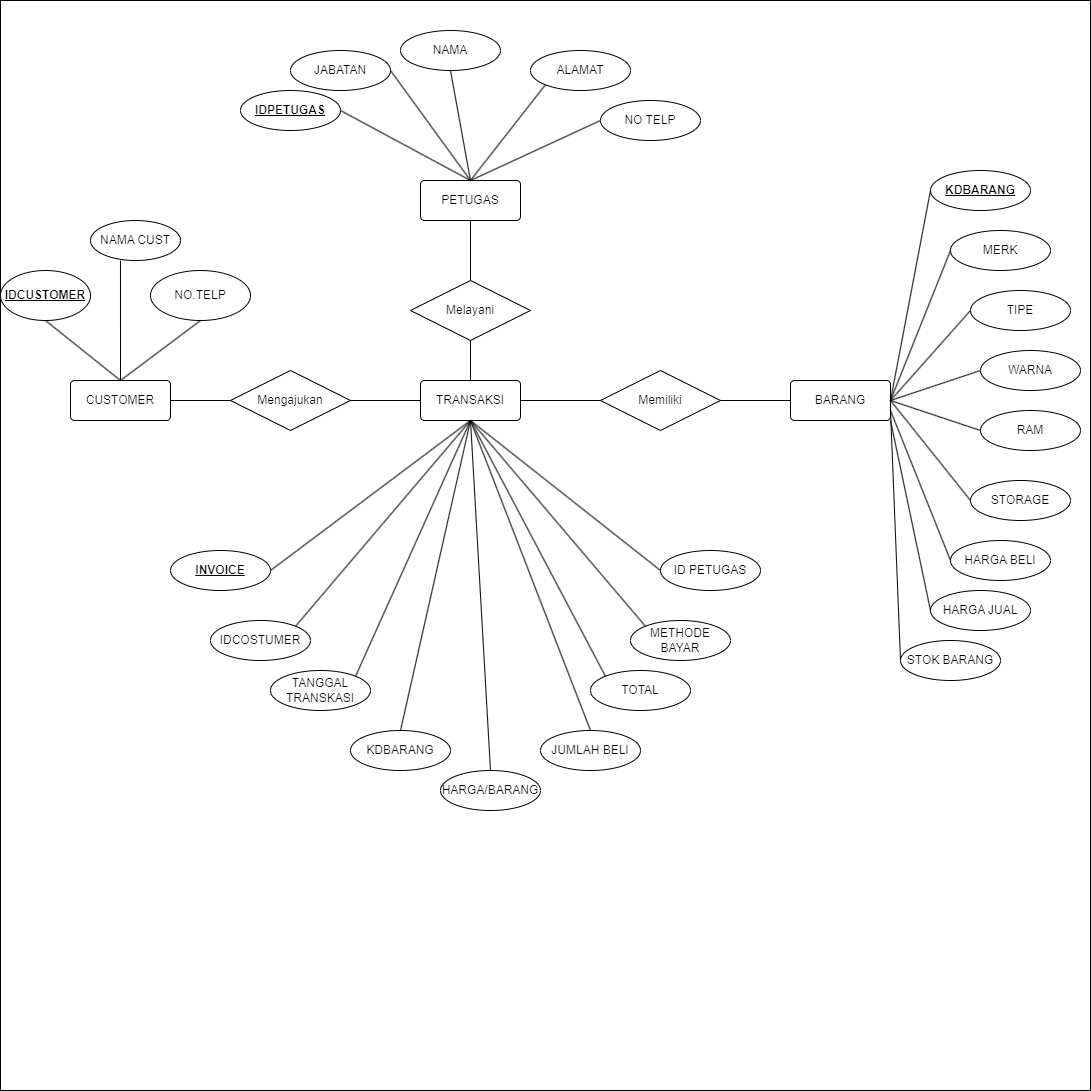
The draw.io diagram ERD.drawio.png in MountZ1/PR_PenjualanHandPhone_ArdiSaputraTIP-21.2, before a commit. Source tidied: cells renumbered, new cells last; positions are measured from the earlier drawing's top-left corner, leaving out a move shared by most shapes.
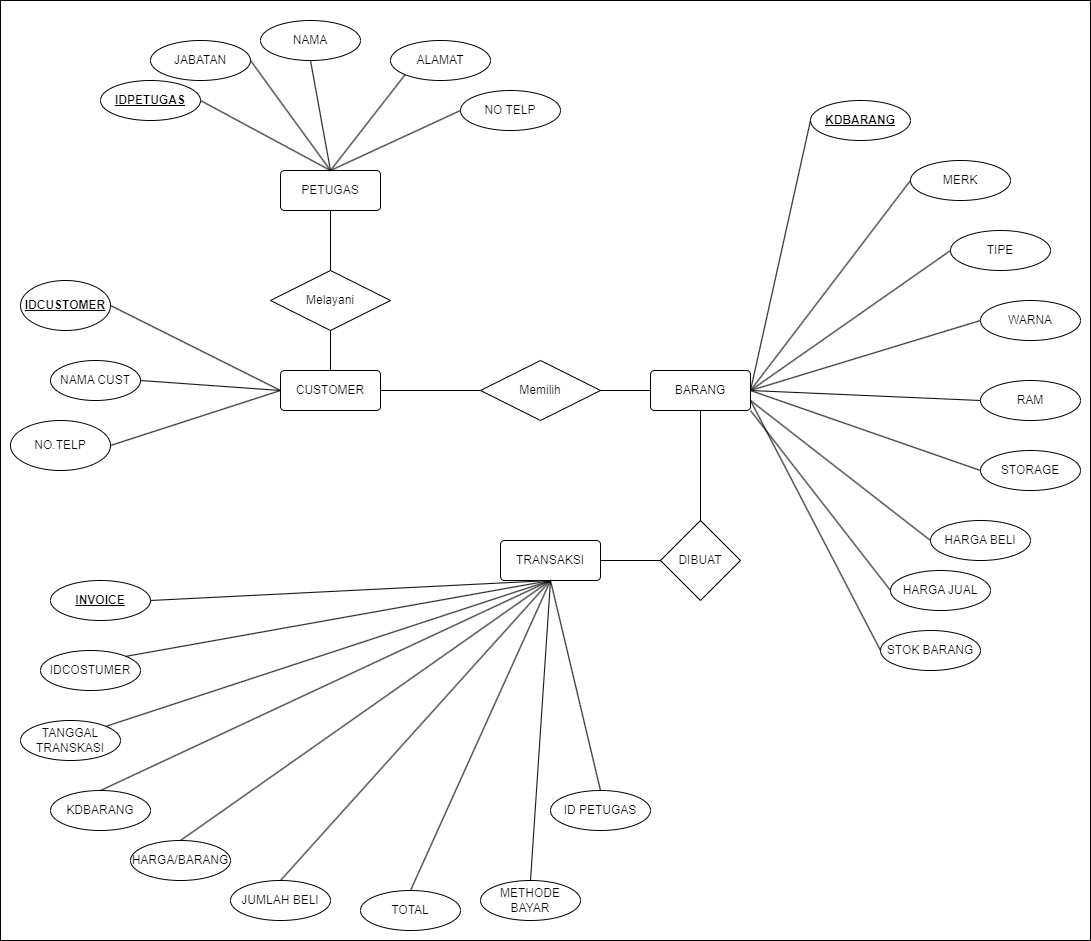
The same diagram one commit later.

Diff of the diagram source:
```diff
@@ -3,13 +3,13 @@
     <mxCell id="0" />
     <mxCell id="1" parent="0" />
     <mxCell id="2" style="whiteSpace=wrap;html=1;" parent="1" vertex="1">
-      <mxGeometry width="1090" height="1090" as="geometry" />
+      <mxGeometry x="140" y="10" width="1090" height="940" as="geometry" />
     </mxCell>
     <mxCell id="3" value="CUSTOMER" style="rounded=1;arcSize=10;whiteSpace=wrap;html=1;align=center;" parent="1" vertex="1">
-      <mxGeometry x="70" y="380" width="100" height="40" as="geometry" />
+      <mxGeometry x="420" y="380" width="100" height="40" as="geometry" />
     </mxCell>
     <mxCell id="4" value="TRANSAKSI" style="rounded=1;arcSize=10;whiteSpace=wrap;html=1;align=center;" parent="1" vertex="1">
-      <mxGeometry x="420" y="380" width="100" height="40" as="geometry" />
+      <mxGeometry x="640" y="550" width="100" height="40" as="geometry" />
     </mxCell>
     <mxCell id="5" value="PETUGAS" style="rounded=1;arcSize=10;whiteSpace=wrap;html=1;align=center;" parent="1" vertex="1">
       <mxGeometry x="420" y="180" width="100" height="40" as="geometry" />
@@ -17,36 +17,24 @@
     <mxCell id="6" value="BARANG" style="rounded=1;arcSize=10;whiteSpace=wrap;html=1;align=center;" parent="1" vertex="1">
       <mxGeometry x="790" y="380" width="100" height="40" as="geometry" />
     </mxCell>
-    <mxCell id="7" value="Mengajukan" style="shape=rhombus;perimeter=rhombusPerimeter;whiteSpace=wrap;html=1;align=center;" parent="1" vertex="1">
-      <mxGeometry x="230" y="370" width="120" height="60" as="geometry" />
-    </mxCell>
     <mxCell id="8" value="Melayani" style="shape=rhombus;perimeter=rhombusPerimeter;whiteSpace=wrap;html=1;align=center;" parent="1" vertex="1">
       <mxGeometry x="410" y="280" width="120" height="60" as="geometry" />
     </mxCell>
-    <mxCell id="9" value="Memiliki" style="shape=rhombus;perimeter=rhombusPerimeter;whiteSpace=wrap;html=1;align=center;" parent="1" vertex="1">
-      <mxGeometry x="600" y="370" width="120" height="60" as="geometry" />
+    <mxCell id="9" value="Memilih" style="shape=rhombus;perimeter=rhombusPerimeter;whiteSpace=wrap;html=1;align=center;" parent="1" vertex="1">
+      <mxGeometry x="620" y="370" width="120" height="60" as="geometry" />
     </mxCell>
     <mxCell id="10" value="&lt;b&gt;IDCUSTOMER&lt;/b&gt;" style="ellipse;whiteSpace=wrap;html=1;align=center;fontStyle=4;" parent="1" vertex="1">
-      <mxGeometry y="270" width="90" height="50" as="geometry" />
+      <mxGeometry x="160" y="290" width="90" height="50" as="geometry" />
     </mxCell>
     <mxCell id="11" value="NAMA CUST" style="ellipse;whiteSpace=wrap;html=1;align=center;" parent="1" vertex="1">
-      <mxGeometry x="90" y="220" width="90" height="40" as="geometry" />
+      <mxGeometry x="190" y="370" width="90" height="40" as="geometry" />
     </mxCell>
     <mxCell id="12" value="NO.TELP" style="ellipse;whiteSpace=wrap;html=1;align=center;" parent="1" vertex="1">
-      <mxGeometry x="150" y="270" width="100" height="50" as="geometry" />
+      <mxGeometry x="150" y="430" width="100" height="50" as="geometry" />
     </mxCell>
     <mxCell id="13" value="&lt;b&gt;IDPETUGAS&lt;/b&gt;" style="ellipse;whiteSpace=wrap;html=1;align=center;fontStyle=4;" parent="1" vertex="1">
       <mxGeometry x="240" y="90" width="100" height="40" as="geometry" />
     </mxCell>
-    <mxCell id="14" style="endArrow=none;html=1;rounded=0;entryX=0.333;entryY=1;entryDx=0;entryDy=0;entryPerimeter=0;exitX=0.5;exitY=0;exitDx=0;exitDy=0;" parent="1" edge="1" source="3" target="11">
-      <mxGeometry relative="1" as="geometry" />
-    </mxCell>
-    <mxCell id="15" style="endArrow=none;html=1;rounded=0;entryX=0.5;entryY=1;entryDx=0;entryDy=0;exitX=0.5;exitY=0;exitDx=0;exitDy=0;" parent="1" edge="1" source="3" target="12">
-      <mxGeometry relative="1" as="geometry" />
-    </mxCell>
-    <mxCell id="16" style="endArrow=none;html=1;rounded=0;exitX=0.5;exitY=1;exitDx=0;exitDy=0;entryX=0.5;entryY=0;entryDx=0;entryDy=0;" parent="1" edge="1" source="10" target="3">
-      <mxGeometry relative="1" as="geometry" />
-    </mxCell>
     <mxCell id="17" value="NAMA" style="ellipse;whiteSpace=wrap;html=1;align=center;" parent="1" vertex="1">
       <mxGeometry x="400" y="30" width="100" height="40" as="geometry" />
     </mxCell>
@@ -76,49 +64,40 @@
     <mxCell id="25" style="endArrow=none;html=1;rounded=0;entryX=0;entryY=0.5;entryDx=0;entryDy=0;exitX=0.5;exitY=0;exitDx=0;exitDy=0;" parent="1" edge="1" source="5" target="19">
       <mxGeometry relative="1" as="geometry" />
     </mxCell>
-    <mxCell id="26" style="endArrow=none;html=1;rounded=0;exitX=1;exitY=0.5;exitDx=0;exitDy=0;entryX=0;entryY=0.5;entryDx=0;entryDy=0;" parent="1" edge="1" source="3" target="7">
-      <mxGeometry relative="1" as="geometry" />
-    </mxCell>
-    <mxCell id="27" style="endArrow=none;html=1;rounded=0;exitX=1;exitY=0.5;exitDx=0;exitDy=0;entryX=0;entryY=0.5;entryDx=0;entryDy=0;" parent="1" edge="1" source="7" target="4">
-      <mxGeometry relative="1" as="geometry" />
-    </mxCell>
     <mxCell id="28" style="endArrow=none;html=1;rounded=0;entryX=0.5;entryY=1;entryDx=0;entryDy=0;exitX=0.5;exitY=0;exitDx=0;exitDy=0;" parent="1" edge="1" source="8" target="5">
       <mxGeometry relative="1" as="geometry" />
     </mxCell>
-    <mxCell id="29" style="endArrow=none;html=1;rounded=0;entryX=0.5;entryY=1;entryDx=0;entryDy=0;exitX=0.5;exitY=0;exitDx=0;exitDy=0;" parent="1" edge="1" source="4" target="8">
-      <mxGeometry relative="1" as="geometry" />
-    </mxCell>
     <mxCell id="30" style="endArrow=none;html=1;rounded=0;exitX=1;exitY=0.5;exitDx=0;exitDy=0;" parent="1" edge="1" source="9">
       <mxGeometry relative="1" as="geometry">
         <mxPoint x="790" y="400" as="targetPoint" />
       </mxGeometry>
     </mxCell>
     <mxCell id="31" value="&lt;b&gt;KDBARANG&lt;/b&gt;" style="ellipse;whiteSpace=wrap;html=1;align=center;fontStyle=4;" parent="1" vertex="1">
-      <mxGeometry x="930" y="170" width="100" height="40" as="geometry" />
+      <mxGeometry x="950" y="110" width="100" height="40" as="geometry" />
     </mxCell>
     <mxCell id="32" value="MERK" style="ellipse;whiteSpace=wrap;html=1;align=center;" parent="1" vertex="1">
-      <mxGeometry x="950" y="230" width="100" height="40" as="geometry" />
+      <mxGeometry x="1050" y="170" width="100" height="40" as="geometry" />
     </mxCell>
     <mxCell id="33" value="TIPE" style="ellipse;whiteSpace=wrap;html=1;align=center;" parent="1" vertex="1">
-      <mxGeometry x="970" y="290" width="100" height="40" as="geometry" />
+      <mxGeometry x="1090" y="240" width="100" height="40" as="geometry" />
     </mxCell>
     <mxCell id="34" value="WARNA" style="ellipse;whiteSpace=wrap;html=1;align=center;" parent="1" vertex="1">
-      <mxGeometry x="980" y="350" width="100" height="40" as="geometry" />
+      <mxGeometry x="1120" y="310" width="100" height="40" as="geometry" />
     </mxCell>
     <mxCell id="35" value="RAM" style="ellipse;whiteSpace=wrap;html=1;align=center;" parent="1" vertex="1">
-      <mxGeometry x="980" y="410" width="100" height="40" as="geometry" />
+      <mxGeometry x="1120" y="390" width="100" height="40" as="geometry" />
     </mxCell>
     <mxCell id="36" value="STORAGE" style="ellipse;whiteSpace=wrap;html=1;align=center;" parent="1" vertex="1">
-      <mxGeometry x="970" y="480" width="100" height="40" as="geometry" />
+      <mxGeometry x="1120" y="460" width="100" height="40" as="geometry" />
     </mxCell>
     <mxCell id="37" value="HARGA BELI" style="ellipse;whiteSpace=wrap;html=1;align=center;" parent="1" vertex="1">
-      <mxGeometry x="950" y="540" width="100" height="40" as="geometry" />
+      <mxGeometry x="1070" y="530" width="100" height="40" as="geometry" />
     </mxCell>
     <mxCell id="38" value="HARGA JUAL" style="ellipse;whiteSpace=wrap;html=1;align=center;" parent="1" vertex="1">
-      <mxGeometry x="930" y="590" width="100" height="40" as="geometry" />
+      <mxGeometry x="1030" y="580" width="100" height="40" as="geometry" />
     </mxCell>
     <mxCell id="39" value="STOK BARANG" style="ellipse;whiteSpace=wrap;html=1;align=center;" parent="1" vertex="1">
-      <mxGeometry x="900" y="640" width="100" height="40" as="geometry" />
+      <mxGeometry x="1020" y="640" width="100" height="40" as="geometry" />
     </mxCell>
     <mxCell id="40" style="endArrow=none;html=1;rounded=0;entryX=0;entryY=0.5;entryDx=0;entryDy=0;exitX=1;exitY=0.5;exitDx=0;exitDy=0;" parent="1" edge="1" source="6" target="31">
       <mxGeometry relative="1" as="geometry" />
@@ -151,43 +130,40 @@
     <mxCell id="48" style="endArrow=none;html=1;rounded=0;entryX=1;entryY=0.75;entryDx=0;entryDy=0;exitX=0;exitY=0.5;exitDx=0;exitDy=0;" parent="1" edge="1" source="39" target="6">
       <mxGeometry relative="1" as="geometry" />
     </mxCell>
-    <mxCell id="49" style="endArrow=none;html=1;rounded=0;exitX=1;exitY=0.5;exitDx=0;exitDy=0;entryX=0;entryY=0.5;entryDx=0;entryDy=0;" parent="1" edge="1" source="4" target="9">
-      <mxGeometry relative="1" as="geometry" />
-    </mxCell>
     <mxCell id="50" value="&lt;b&gt;INVOICE&lt;/b&gt;" style="ellipse;whiteSpace=wrap;html=1;align=center;fontStyle=4;" parent="1" vertex="1">
-      <mxGeometry x="170" y="550" width="100" height="40" as="geometry" />
+      <mxGeometry x="190" y="590" width="100" height="40" as="geometry" />
     </mxCell>
     <mxCell id="51" value="IDCOSTUMER" style="ellipse;whiteSpace=wrap;html=1;align=center;" parent="1" vertex="1">
-      <mxGeometry x="210" y="620" width="100" height="40" as="geometry" />
+      <mxGeometry x="180" y="660" width="100" height="40" as="geometry" />
     </mxCell>
     <mxCell id="52" value="TANGGAL TRANSKASI" style="ellipse;whiteSpace=wrap;html=1;align=center;" parent="1" vertex="1">
-      <mxGeometry x="270" y="670" width="100" height="40" as="geometry" />
+      <mxGeometry x="160" y="730" width="100" height="40" as="geometry" />
     </mxCell>
     <mxCell id="53" value="KDBARANG" style="ellipse;whiteSpace=wrap;html=1;align=center;" parent="1" vertex="1">
-      <mxGeometry x="350" y="730" width="100" height="40" as="geometry" />
+      <mxGeometry x="190" y="800" width="100" height="40" as="geometry" />
     </mxCell>
     <mxCell id="54" value="TOTAL" style="ellipse;whiteSpace=wrap;html=1;align=center;" parent="1" vertex="1">
-      <mxGeometry x="590" y="670" width="100" height="40" as="geometry" />
+      <mxGeometry x="500" y="900" width="100" height="40" as="geometry" />
     </mxCell>
     <mxCell id="55" value="JUMLAH BELI" style="ellipse;whiteSpace=wrap;html=1;align=center;" parent="1" vertex="1">
-      <mxGeometry x="540" y="730" width="100" height="40" as="geometry" />
+      <mxGeometry x="370" y="890" width="100" height="40" as="geometry" />
     </mxCell>
     <mxCell id="56" value="HARGA/BARANG" style="ellipse;whiteSpace=wrap;html=1;align=center;" parent="1" vertex="1">
-      <mxGeometry x="440" y="770" width="100" height="40" as="geometry" />
+      <mxGeometry x="270" y="850" width="100" height="40" as="geometry" />
     </mxCell>
     <mxCell id="57" value="METHODE BAYAR" style="ellipse;whiteSpace=wrap;html=1;align=center;" parent="1" vertex="1">
-      <mxGeometry x="630" y="620" width="100" height="40" as="geometry" />
+      <mxGeometry x="620" y="890" width="100" height="40" as="geometry" />
     </mxCell>
     <mxCell id="58" value="ID PETUGAS" style="ellipse;whiteSpace=wrap;html=1;align=center;" parent="1" vertex="1">
-      <mxGeometry x="660" y="550" width="100" height="40" as="geometry" />
+      <mxGeometry x="690" y="800" width="100" height="40" as="geometry" />
     </mxCell>
-    <mxCell id="59" style="endArrow=none;html=1;rounded=0;entryX=0;entryY=0.5;entryDx=0;entryDy=0;exitX=0.5;exitY=1;exitDx=0;exitDy=0;" parent="1" edge="1" source="4" target="58">
+    <mxCell id="59" style="endArrow=none;html=1;rounded=0;entryX=0.5;entryY=0;entryDx=0;entryDy=0;exitX=0.5;exitY=1;exitDx=0;exitDy=0;" parent="1" edge="1" source="4" target="58">
       <mxGeometry relative="1" as="geometry" />
     </mxCell>
-    <mxCell id="60" style="endArrow=none;html=1;rounded=0;entryX=0;entryY=0;entryDx=0;entryDy=0;exitX=0.5;exitY=1;exitDx=0;exitDy=0;" parent="1" edge="1" source="4" target="57">
+    <mxCell id="60" style="endArrow=none;html=1;rounded=0;entryX=0.5;entryY=0;entryDx=0;entryDy=0;exitX=0.5;exitY=1;exitDx=0;exitDy=0;" parent="1" edge="1" source="4" target="57">
       <mxGeometry relative="1" as="geometry" />
     </mxCell>
-    <mxCell id="61" style="endArrow=none;html=1;rounded=0;entryX=0;entryY=0;entryDx=0;entryDy=0;exitX=0.5;exitY=1;exitDx=0;exitDy=0;" parent="1" edge="1" source="4" target="54">
+    <mxCell id="61" style="endArrow=none;html=1;rounded=0;entryX=0.5;entryY=0;entryDx=0;entryDy=0;exitX=0.5;exitY=1;exitDx=0;exitDy=0;" parent="1" edge="1" source="4" target="54">
       <mxGeometry relative="1" as="geometry" />
     </mxCell>
     <mxCell id="62" style="endArrow=none;html=1;rounded=0;entryX=0.5;entryY=0;entryDx=0;entryDy=0;exitX=0.5;exitY=1;exitDx=0;exitDy=0;" parent="1" edge="1" source="4" target="55">
@@ -208,5 +184,32 @@
     <mxCell id="67" style="endArrow=none;html=1;rounded=0;exitX=1;exitY=0.5;exitDx=0;exitDy=0;entryX=0.5;entryY=1;entryDx=0;entryDy=0;" parent="1" edge="1" source="50" target="4">
       <mxGeometry relative="1" as="geometry" />
     </mxCell>
+    <mxCell id="68" style="endArrow=none;html=1;rounded=0;entryX=0.5;entryY=1;entryDx=0;entryDy=0;exitX=0.5;exitY=0;exitDx=0;exitDy=0;" parent="1" edge="1" source="3" target="8">
+      <mxGeometry relative="1" as="geometry" />
+    </mxCell>
+    <mxCell id="69" style="endArrow=none;html=1;rounded=0;entryX=0;entryY=0.5;entryDx=0;entryDy=0;exitX=1;exitY=0.5;exitDx=0;exitDy=0;" parent="1" edge="1" source="3" target="9">
+      <mxGeometry relative="1" as="geometry" />
+    </mxCell>
+    <mxCell id="70" style="edgeStyle=orthogonalEdgeStyle;rounded=0;orthogonalLoop=1;jettySize=auto;html=1;exitX=0.5;exitY=1;exitDx=0;exitDy=0;" parent="1" edge="1" source="56" target="56">
+      <mxGeometry relative="1" as="geometry" />
+    </mxCell>
+    <mxCell id="16" style="endArrow=none;html=1;rounded=0;entryX=0;entryY=0.5;entryDx=0;entryDy=0;exitX=1;exitY=0.5;exitDx=0;exitDy=0;" parent="1" edge="1" source="10" target="3">
+      <mxGeometry relative="1" as="geometry" />
+    </mxCell>
+    <mxCell id="71" style="endArrow=none;html=1;rounded=0;exitX=1;exitY=0.5;exitDx=0;exitDy=0;entryX=0;entryY=0.5;entryDx=0;entryDy=0;" parent="1" edge="1" source="11" target="3">
+      <mxGeometry relative="1" as="geometry" />
+    </mxCell>
+    <mxCell id="72" style="endArrow=none;html=1;rounded=0;exitX=1;exitY=0.5;exitDx=0;exitDy=0;entryX=0;entryY=0.5;entryDx=0;entryDy=0;" parent="1" edge="1" source="12" target="3">
+      <mxGeometry relative="1" as="geometry" />
+    </mxCell>
+    <mxCell id="73" value="DIBUAT" style="rhombus;whiteSpace=wrap;html=1;" parent="1" vertex="1">
+      <mxGeometry x="800" y="530" width="80" height="80" as="geometry" />
+    </mxCell>
+    <mxCell id="74" style="endArrow=none;html=1;rounded=0;entryX=0.5;entryY=1;entryDx=0;entryDy=0;" parent="1" edge="1" source="73" target="6">
+      <mxGeometry relative="1" as="geometry" />
+    </mxCell>
+    <mxCell id="75" style="endArrow=none;html=1;rounded=0;entryX=0;entryY=0.5;entryDx=0;entryDy=0;exitX=1;exitY=0.5;exitDx=0;exitDy=0;" parent="1" edge="1" source="4" target="73">
+      <mxGeometry relative="1" as="geometry" />
+    </mxCell>
   </root>
 </mxGraphModel>
```
